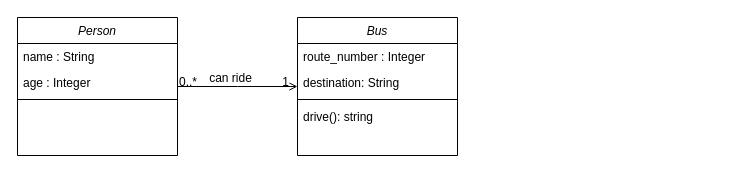
Above: UMLClassDiagram.drawio in Michalju/week2_day2_homework (draw.io), before the change. Source tidied: cells renumbered, new cells numbered last; positions are measured from the earlier drawing's top-left corner, leaving out a move shared by most shapes. Both pictures are drawn from the tidied source at 100%, with x=0, y=0 at pixel (17, 17).
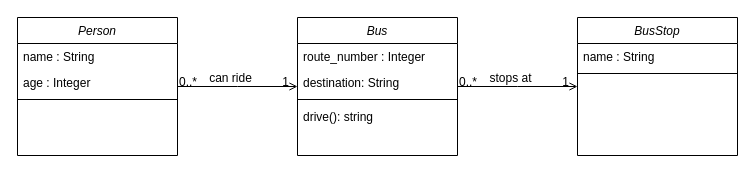
Above is the later version.

Commit message (it also covers changes not shown here):
The following changes were made: - Added class Person - Added class Bus - Added class BusStop - Updated UML class diagram

The change refers to these unchanged cells:
```xml
<mxCell id="2" value="Bus" style="swimlane;fontStyle=2;align=center;verticalAlign=top;horizontal=1;startSize=26;rounded=0;shadow=0;strokeWidth=1;" parent="1" vertex="1">
  <mxGeometry x="280" width="160" height="138" as="geometry" />
</mxCell>
```

The edit, as a diff of the source:
```diff
@@
+    <mxCell id="15" value="BusStop" style="swimlane;fontStyle=2;align=center;verticalAlign=top;horizontal=1;startSize=26;rounded=0;shadow=0;strokeWidth=1;" parent="1" vertex="1">
+      <mxGeometry x="560" width="160" height="138" as="geometry" />
+    </mxCell>
+    <mxCell id="16" value="name : String" style="text;align=left;verticalAlign=top;spacingLeft=4;spacingRight=4;overflow=hidden;" parent="15" vertex="1">
+      <mxGeometry y="26" width="160" height="26" as="geometry" />
+    </mxCell>
+    <mxCell id="17" style="line;html=1;strokeWidth=1;align=left;verticalAlign=middle;spacingTop=-1;spacingLeft=3;spacingRight=3;labelPosition=right;" parent="15" vertex="1">
+      <mxGeometry y="52" width="160" height="8" as="geometry" />
+    </mxCell>
+    <mxCell id="18" style="endArrow=open;shadow=0;strokeWidth=1;rounded=0;endFill=1;edgeStyle=elbowEdgeStyle;elbow=vertical;" parent="1" edge="1" source="2" target="15">
+      <mxGeometry x="0.5" y="41" relative="1" as="geometry">
+        <mxPoint x="-40" y="32" as="offset" />
+      </mxGeometry>
+    </mxCell>
+    <mxCell id="19" value="0..*" style="align=left;verticalAlign=bottom;labelBackgroundColor=none;fontSize=12;" parent="18" vertex="1">
+      <mxGeometry x="-1" relative="1" as="geometry">
+        <mxPoint y="4" as="offset" />
+      </mxGeometry>
+    </mxCell>
+    <mxCell id="20" value="1" style="align=right;verticalAlign=bottom;labelBackgroundColor=none;fontSize=12;" parent="18" vertex="1">
+      <mxGeometry x="1" relative="1" as="geometry">
+        <mxPoint x="-7" y="4" as="offset" />
+      </mxGeometry>
+    </mxCell>
+    <mxCell id="21" value="stops at" style="text;html=1;align=center;verticalAlign=middle;labelBackgroundColor=none;rounded=0;shadow=0;strokeWidth=1;fontSize=12;" parent="18" vertex="1">
+      <mxGeometry x="0.5" y="49" relative="1" as="geometry">
+        <mxPoint x="-38" y="40" as="offset" />
+      </mxGeometry>
+    </mxCell>
```
